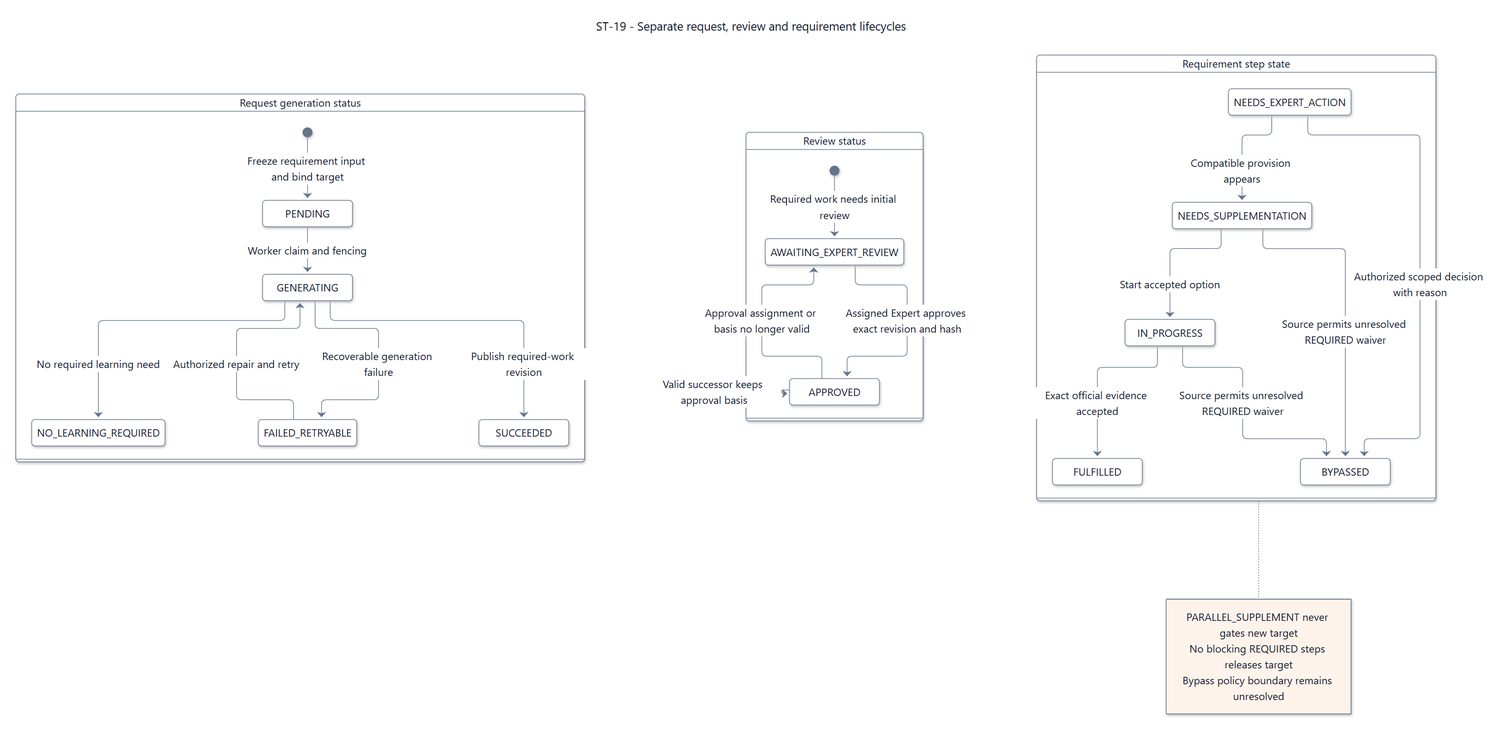
This is documents/diagrams/mermaid/st-19.png from SEP490-Fall-2026-GFA26SE64/SEP490, a Mermaid export, as it was before one commit. Its source is kept beside it as documents/diagrams/mermaid/st-19.mmd. The source it was exported from:
```mermaid
---
title: "ST-19 - Separate request, review and requirement lifecycles"
config: {"theme":"base","fontFamily":"Segoe UI, Arial, sans-serif","themeVariables":{"fontFamily":"Segoe UI, Arial, sans-serif","fontSize":"16px","primaryColor":"#ffffff","primaryTextColor":"#0f1729","primaryBorderColor":"#64748b","secondaryColor":"#fef3eb","tertiaryColor":"#ffffff","lineColor":"#64748b","textColor":"#0f1729","mainBkg":"#ffffff","background":"#ffffff","clusterBkg":"#ffffff","clusterBorder":"#64748b","edgeLabelBackground":"#ffffff","titleColor":"#0f1729","noteBkgColor":"#fef3eb","noteTextColor":"#0f1729","noteBorderColor":"#e6650f","labelColor":"#0f1729","compositeBackground":"#ffffff","compositeTitleBackground":"#ffffff","compositeBorder":"#64748b","altBackground":"#ffffff","nodeBorder":"#64748b","nodeTextColor":"#0f1729","cScale0":"#ffffff","cScaleLabel0":"#0f1729","cScale1":"#ffffff","cScaleLabel1":"#0f1729","cScale2":"#ffffff","cScaleLabel2":"#0f1729","cScale3":"#ffffff","cScaleLabel3":"#0f1729","cScale4":"#ffffff","cScaleLabel4":"#0f1729","cScale5":"#ffffff","cScaleLabel5":"#0f1729","cScale6":"#ffffff","cScaleLabel6":"#0f1729","cScale7":"#ffffff","cScaleLabel7":"#0f1729","cScale8":"#ffffff","cScaleLabel8":"#0f1729","cScale9":"#ffffff","cScaleLabel9":"#0f1729","cScale10":"#ffffff","cScaleLabel10":"#0f1729","cScale11":"#ffffff","cScaleLabel11":"#0f1729","secondaryBorderColor":"#64748b","tertiaryBorderColor":"#64748b","secondaryTextColor":"#0f1729","tertiaryTextColor":"#0f1729"},"state":{"nodeSpacing":42,"rankSpacing":64,"padding":16,"fontSize":16,"wrappingWidth":250},"look":"neo"}
---

stateDiagram-v2
  direction TB
  state "Request generation status" as Request {
    state "PENDING" as pending
    state "GENERATING" as generating
    state "FAILED_RETRYABLE" as failed
    state "SUCCEEDED" as ready
    state "NO_LEARNING_REQUIRED" as empty
    [*] --> pending : Freeze requirement input and bind target
    pending --> generating : Worker claim and fencing
    generating --> failed : Recoverable generation failure
    failed --> generating : Authorized repair and retry
    generating --> ready : Publish required-work revision
    generating --> empty : No required learning need
  }
  state "Review status" as Review {
    state "AWAITING_EXPERT_REVIEW" as waiting
    state "APPROVED" as approved
    [*] --> waiting : Required work needs initial review
    waiting --> approved : Assigned Expert approves exact revision and hash
    approved --> approved : Valid successor keeps approval basis
    approved --> waiting : Approval assignment or basis no longer valid
  }
  state "Requirement step state" as Step {
    state "NEEDS_EXPERT_ACTION" as action
    state "NEEDS_SUPPLEMENTATION" as needs
    state "IN_PROGRESS" as studying
    state "FULFILLED" as fulfilled
    state "BYPASSED" as bypassed
    action --> needs : Compatible provision appears
    needs --> studying : Start accepted option
    studying --> fulfilled : Exact official evidence accepted
    action --> bypassed : Authorized scoped decision with reason
    needs --> bypassed : Source permits unresolved REQUIRED waiver
    studying --> bypassed : Source permits unresolved REQUIRED waiver
  }
  note right of Step
    PARALLEL_SUPPLEMENT never gates new target
    No blocking REQUIRED steps releases target
    Bypass policy boundary remains unresolved
  end note
```
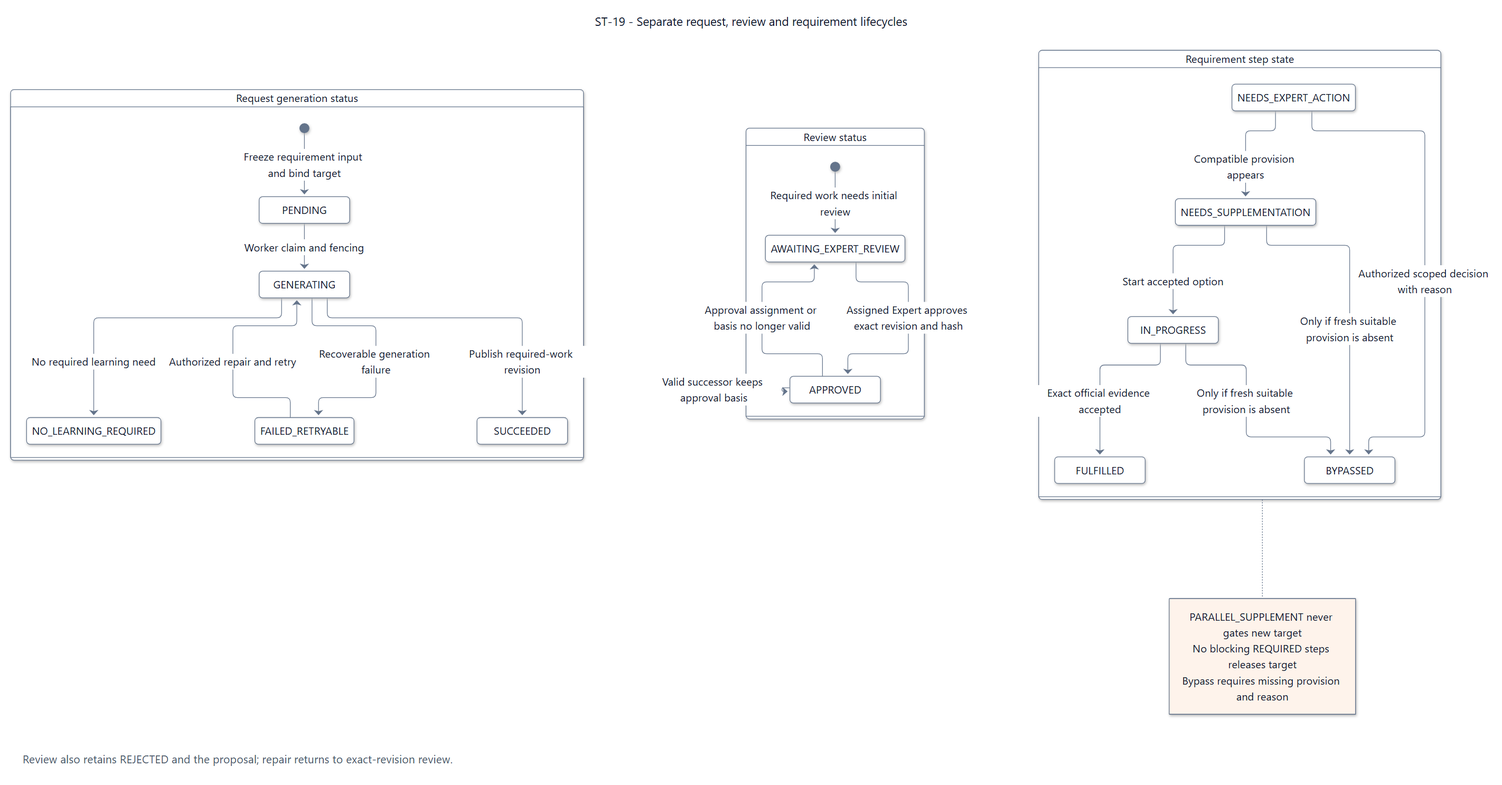
After the change.

The edit, as a diff of the source:
```diff
@@ -36,11 +36,15 @@
     needs --> studying : Start accepted option
     studying --> fulfilled : Exact official evidence accepted
     action --> bypassed : Authorized scoped decision with reason
-    needs --> bypassed : Source permits unresolved REQUIRED waiver
-    studying --> bypassed : Source permits unresolved REQUIRED waiver
+    needs --> bypassed : Only if fresh suitable provision is absent
+    studying --> bypassed : Only if fresh suitable provision is absent
   }
+  note right of Review
+    Rejection retains REJECTED and the proposal
+    Repair returns to exact-revision review
+  end note
   note right of Step
     PARALLEL_SUPPLEMENT never gates new target
     No blocking REQUIRED steps releases target
-    Bypass policy boundary remains unresolved
+    Bypass requires missing provision and reason
   end note
```
